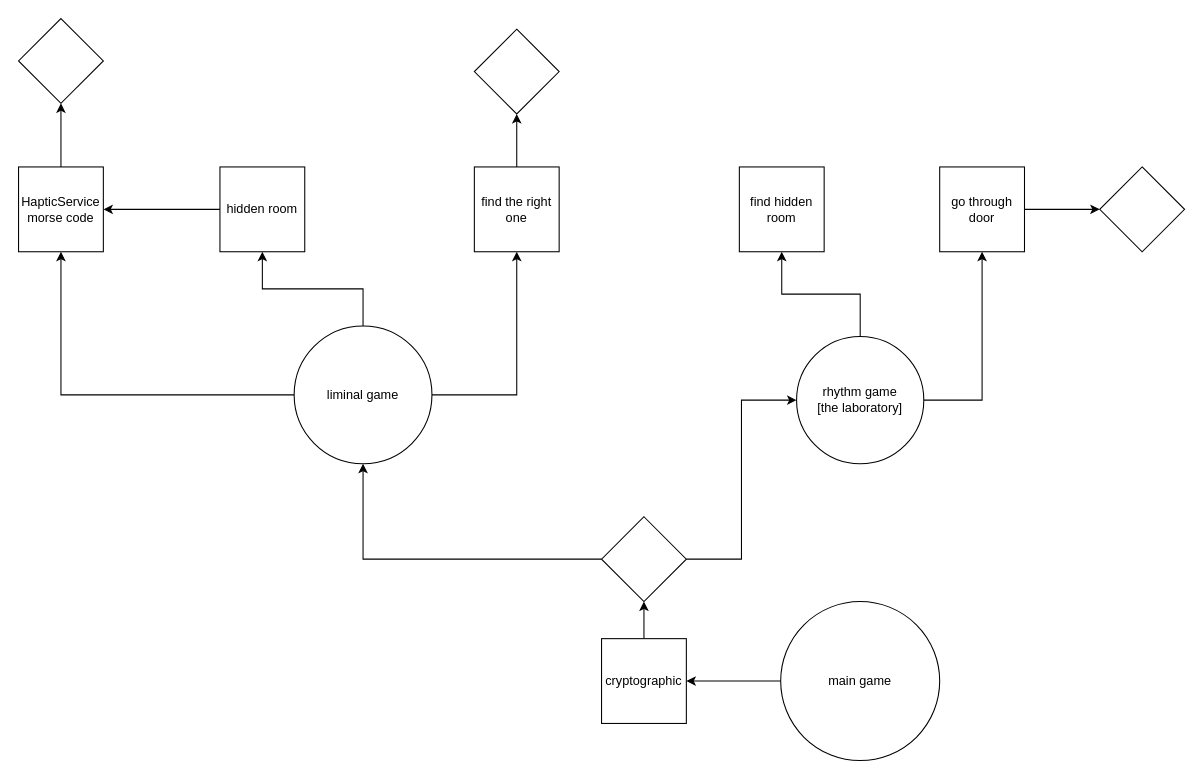
Hapcoder11/things keeps this draw.io diagram as puzzles.drawio. Above is the earlier version. Source tidied: cells renumbered, new cells numbered last; positions are measured from the earlier drawing's top-left corner, leaving out a move shared by most shapes. Both pictures are drawn from the tidied source at 106%, with x=0, y=0 at pixel (18, 18).
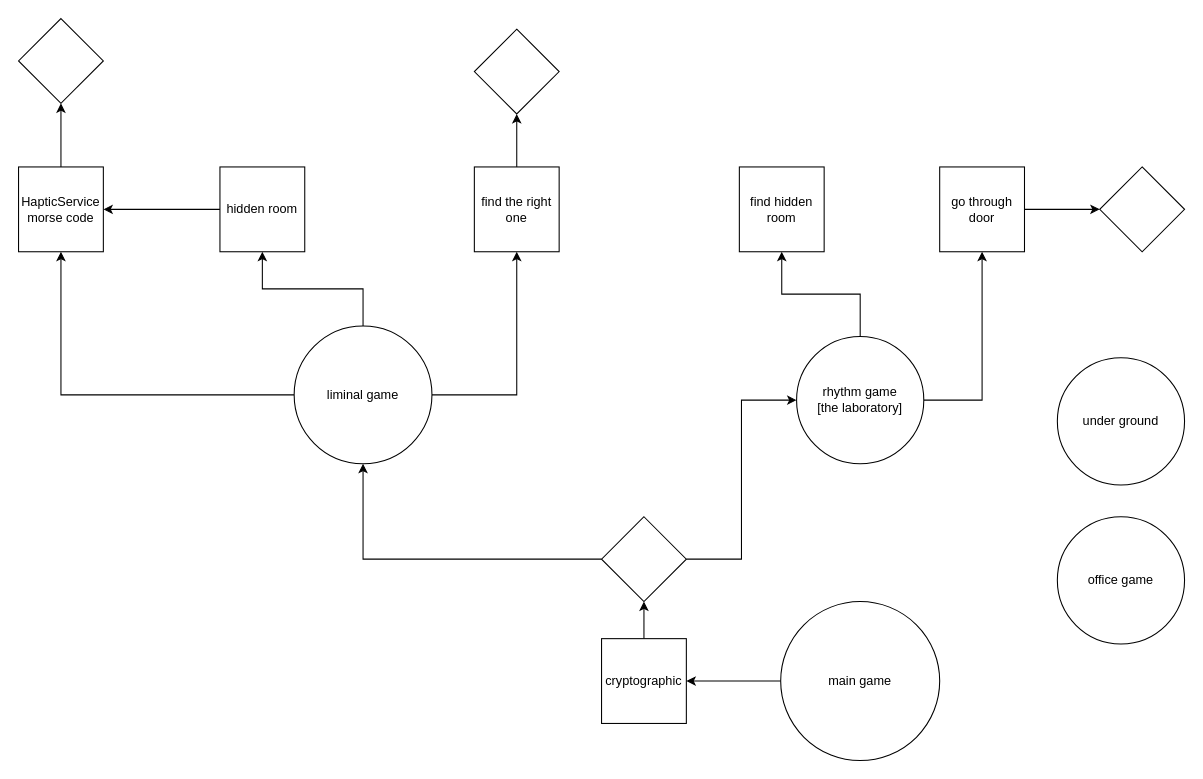
Above is the later version.

Diff of the diagram source:
```diff
@@
+    <mxCell id="28" value="office game" style="ellipse;whiteSpace=wrap;html=1;" parent="1" vertex="1">
+      <mxGeometry x="980" y="470" width="120" height="120" as="geometry" />
+    </mxCell>
+    <mxCell id="29" value="under ground" style="ellipse;whiteSpace=wrap;html=1;" parent="1" vertex="1">
+      <mxGeometry x="980" y="320" width="120" height="120" as="geometry" />
+    </mxCell>
```
